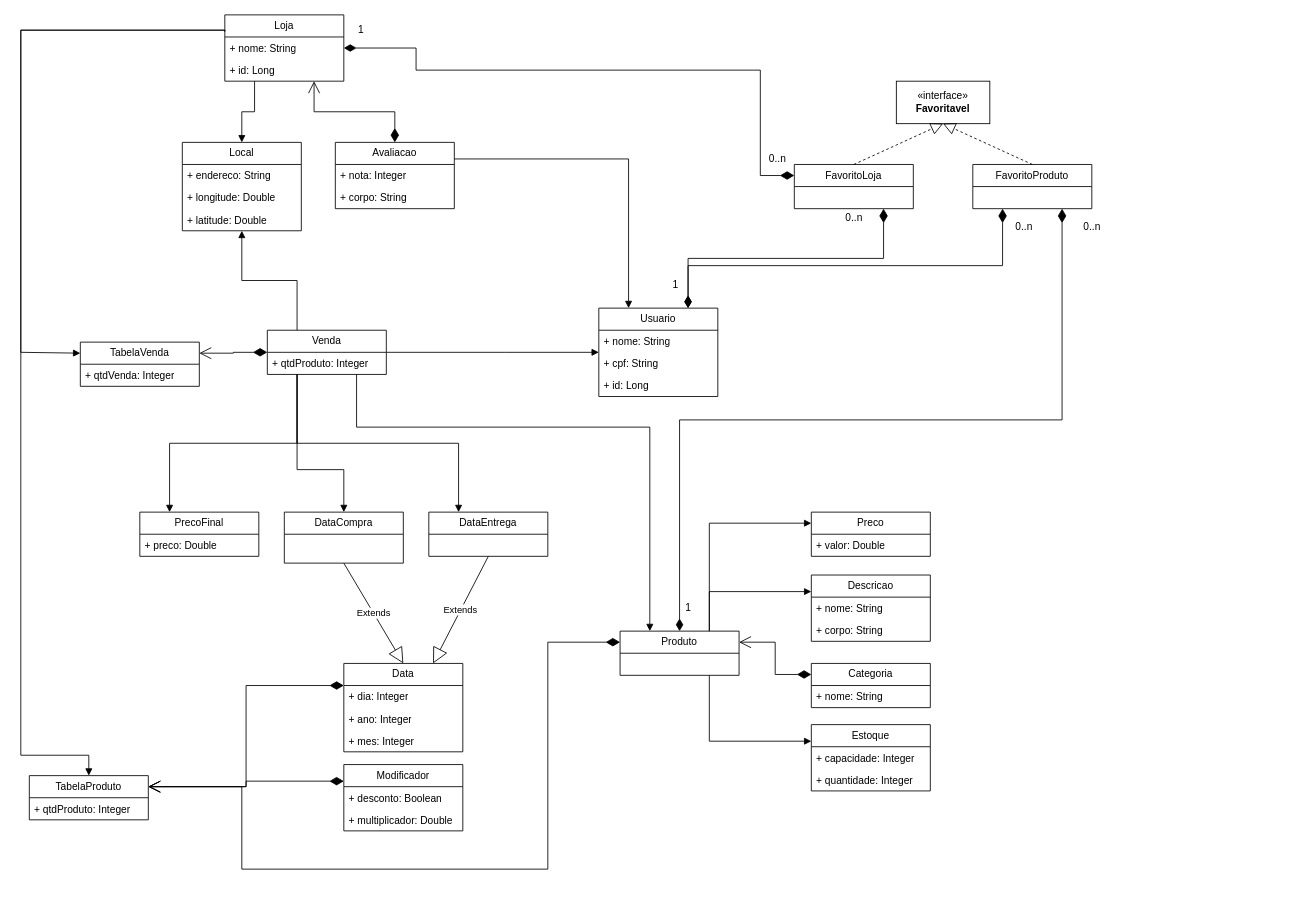
The draw.io diagram diagrams/DiagramaDeClasse.drawio in Bruno-Ed-cs/cityShop, before the edit. Source tidied: cells renumbered, new cells numbered last; positions are measured from the earlier drawing's top-left corner, leaving out a move shared by most shapes. Both pictures are drawn from the tidied source at 85%, with x=0, y=0 at pixel (20, 14).
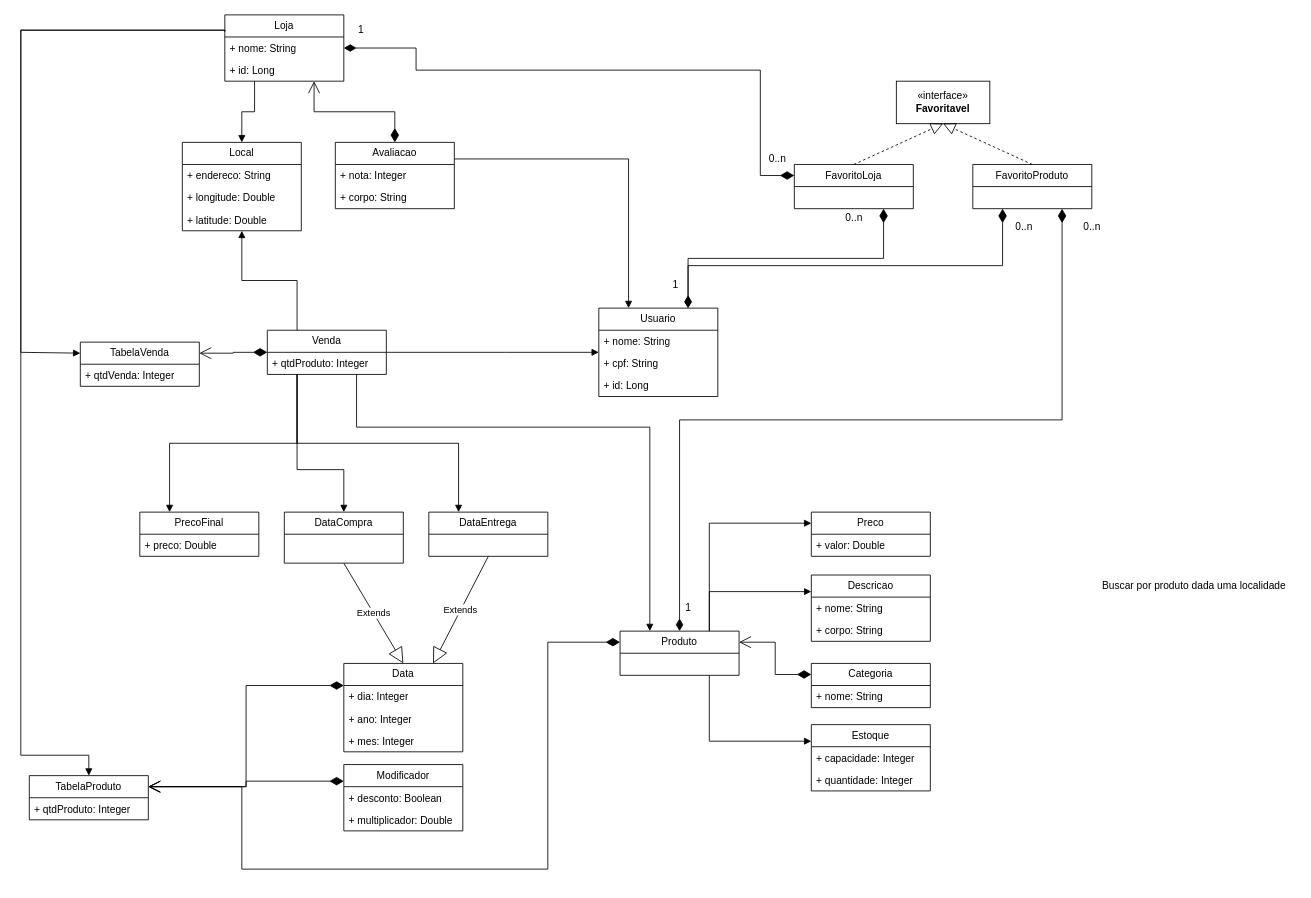
The same diagram, later.

Commit message (it also covers changes not shown here):
diagramas da apresentacao

What changed in the source:
```diff
@@
+    <mxCell id="81" value="Buscar por produto dada uma localidade&lt;div&gt;&lt;br&gt;&lt;/div&gt;" style="text;html=1;align=center;verticalAlign=middle;strokeColor=none;fillColor=none;" parent="1" vertex="1">
+      <mxGeometry x="1260" y="659" width="240" height="40" as="geometry" />
+    </mxCell>
```
